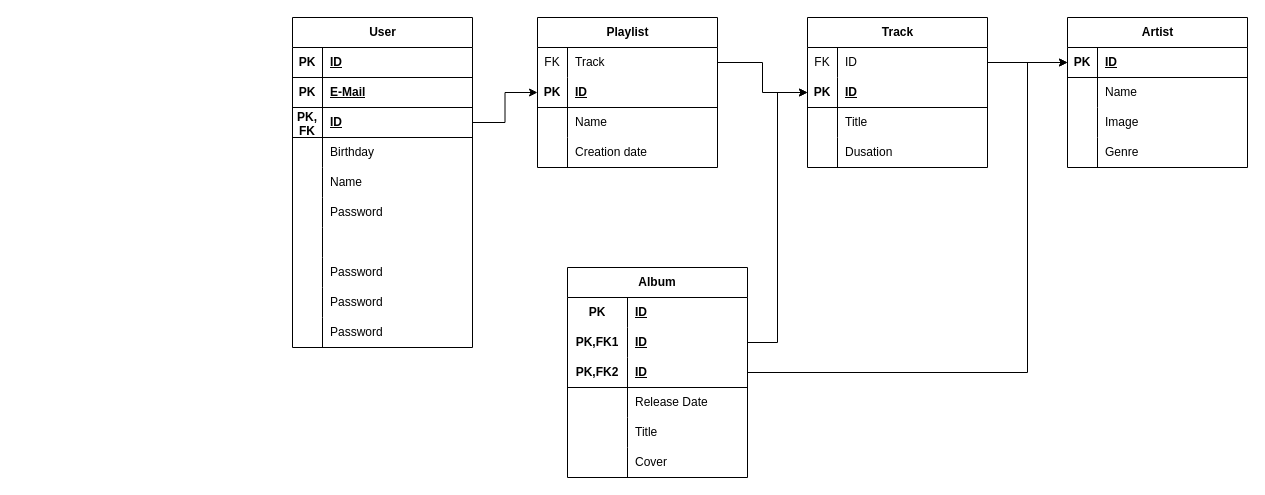
Before: RM_of_ER-Spotify.drawio in VinX-To-play/1DV503-Databases, a draw.io diagram. Source tidied: cells renumbered, new cells numbered last; positions are measured from the earlier drawing's top-left corner, leaving out a move shared by most shapes. Both pictures are drawn from the tidied source at 100%, with x=0, y=0 at pixel (292, 17).
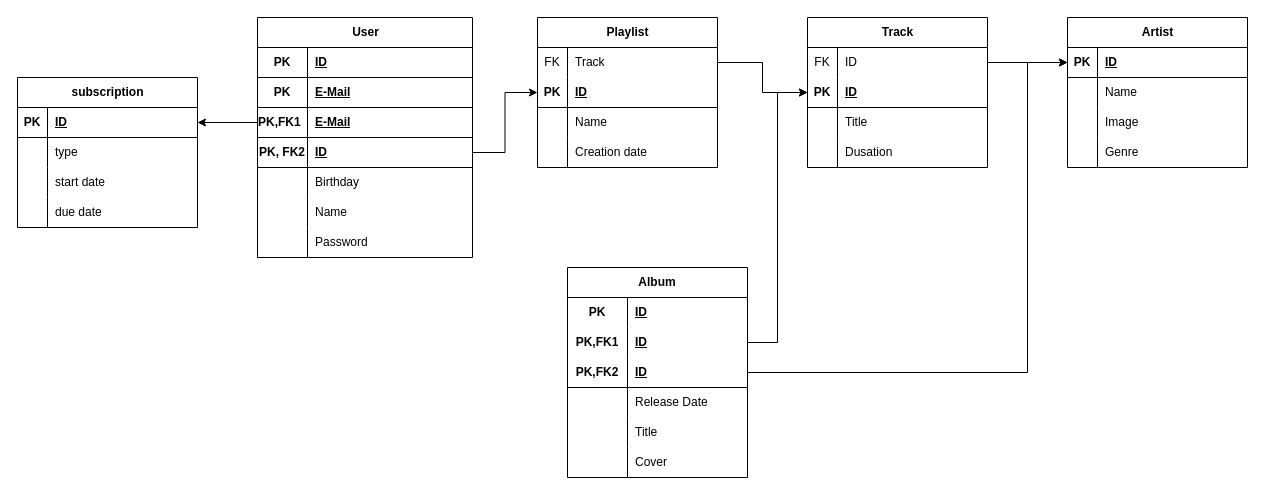
Above is the later version.

The edit, as a diff of the source:
```diff
@@
     <mxCell id="2" value="User" style="shape=table;startSize=30;childLayout=tableLayout;rowLines=0;fontStyle=1;align=center;html=1;" parent="1" vertex="1">
-      <mxGeometry width="180" height="330" as="geometry" />
+      <mxGeometry x="-35" width="215" height="240" as="geometry" />
     </mxCell>
     <mxCell id="3" style="shape=tableRow;horizontal=0;startSize=0;swimlaneHead=0;swimlaneBody=0;fillColor=none;top=0;left=0;right=0;bottom=1;" parent="2" vertex="1">
-      <mxGeometry y="30" width="180" height="30" as="geometry" />
+      <mxGeometry y="30" width="215" height="30" as="geometry" />
     </mxCell>
     <mxCell id="4" value="PK" style="shape=partialRectangle;fillColor=none;top=0;left=0;bottom=0;right=0;fontStyle=1;overflow=hidden;whiteSpace=wrap;html=1;" parent="3" vertex="1">
-      <mxGeometry width="30" height="30" as="geometry" />
+      <mxGeometry width="50" height="30" as="geometry" />
     </mxCell>
     <mxCell id="5" value="ID" style="shape=partialRectangle;fillColor=none;top=0;left=0;bottom=0;right=0;align=left;spacingLeft=6;fontStyle=5;overflow=hidden;whiteSpace=wrap;html=1;" parent="3" vertex="1">
-      <mxGeometry x="30" width="150" height="30" as="geometry" />
+      <mxGeometry x="50" width="165" height="30" as="geometry" />
     </mxCell>
     <mxCell id="6" style="shape=tableRow;horizontal=0;startSize=0;swimlaneHead=0;swimlaneBody=0;fillColor=none;top=0;left=0;right=0;bottom=1;" parent="2" vertex="1">
-      <mxGeometry y="60" width="180" height="30" as="geometry" />
+      <mxGeometry y="60" width="215" height="30" as="geometry" />
     </mxCell>
     <mxCell id="7" value="PK" style="shape=partialRectangle;fillColor=none;top=0;left=0;bottom=0;right=0;fontStyle=1;overflow=hidden;whiteSpace=wrap;html=1;" parent="6" vertex="1">
-      <mxGeometry width="30" height="30" as="geometry" />
+      <mxGeometry width="50" height="30" as="geometry" />
     </mxCell>
     <mxCell id="8" value="E-Mail" style="shape=partialRectangle;fillColor=none;top=0;left=0;bottom=0;right=0;align=left;spacingLeft=6;fontStyle=5;overflow=hidden;whiteSpace=wrap;html=1;" parent="6" vertex="1">
-      <mxGeometry x="30" width="150" height="30" as="geometry" />
+      <mxGeometry x="50" width="165" height="30" as="geometry" />
     </mxCell>
+    <mxCell id="96" style="shape=tableRow;horizontal=0;startSize=0;swimlaneHead=0;swimlaneBody=0;fillColor=none;points=[[0,0.5],[1,0.5]];portConstraint=eastwest;top=0;left=0;right=0;bottom=1;" parent="2" vertex="1">
+      <mxGeometry y="90" width="215" height="30" as="geometry" />
+    </mxCell>
+    <mxCell id="97" value="PK,FK1&lt;span style=&quot;white-space: pre;&quot;&gt;&#9;&lt;/span&gt;" style="shape=partialRectangle;fillColor=none;top=0;left=0;bottom=0;right=0;fontStyle=1;overflow=hidden;whiteSpace=wrap;html=1;" parent="96" vertex="1">
+      <mxGeometry width="50" height="30" as="geometry" />
+    </mxCell>
+    <mxCell id="98" value="E-Mail" style="shape=partialRectangle;fillColor=none;top=0;left=0;bottom=0;right=0;align=left;spacingLeft=6;fontStyle=5;overflow=hidden;whiteSpace=wrap;html=1;" parent="96" vertex="1">
+      <mxGeometry x="50" width="165" height="30" as="geometry" />
+    </mxCell>
     <mxCell id="9" style="shape=tableRow;horizontal=0;startSize=0;swimlaneHead=0;swimlaneBody=0;fillColor=none;points=[[0,0.5],[1,0.5]];portConstraint=eastwest;top=0;left=0;right=0;bottom=1;" parent="2" vertex="1">
-      <mxGeometry y="90" width="180" height="30" as="geometry" />
+      <mxGeometry y="120" width="215" height="30" as="geometry" />
     </mxCell>
-    <mxCell id="10" value="PK, FK" style="shape=partialRectangle;fillColor=none;top=0;left=0;bottom=0;right=0;fontStyle=1;overflow=hidden;whiteSpace=wrap;html=1;" parent="9" vertex="1">
-      <mxGeometry width="30" height="30" as="geometry" />
+    <mxCell id="10" value="PK, FK2" style="shape=partialRectangle;fillColor=none;top=0;left=0;bottom=0;right=0;fontStyle=1;overflow=hidden;whiteSpace=wrap;html=1;" parent="9" vertex="1">
+      <mxGeometry width="50" height="30" as="geometry" />
     </mxCell>
     <mxCell id="11" value="ID" style="shape=partialRectangle;fillColor=none;top=0;left=0;bottom=0;right=0;align=left;spacingLeft=6;fontStyle=5;overflow=hidden;whiteSpace=wrap;html=1;" parent="9" vertex="1">
-      <mxGeometry x="30" width="150" height="30" as="geometry" />
+      <mxGeometry x="50" width="165" height="30" as="geometry" />
     </mxCell>
     <mxCell id="12" style="shape=tableRow;horizontal=0;startSize=0;swimlaneHead=0;swimlaneBody=0;fillColor=none;top=0;left=0;right=0;bottom=0;" parent="2" vertex="1">
-      <mxGeometry y="120" width="180" height="30" as="geometry" />
+      <mxGeometry y="150" width="215" height="30" as="geometry" />
     </mxCell>
     <mxCell id="13" style="shape=partialRectangle;fillColor=none;top=0;left=0;bottom=0;right=0;overflow=hidden;whiteSpace=wrap;html=1;" parent="12" vertex="1">
-      <mxGeometry width="30" height="30" as="geometry" />
+      <mxGeometry width="50" height="30" as="geometry" />
     </mxCell>
     <mxCell id="14" value="Birthday" style="shape=partialRectangle;fillColor=none;top=0;left=0;bottom=0;right=0;align=left;spacingLeft=6;overflow=hidden;whiteSpace=wrap;html=1;" parent="12" vertex="1">
-      <mxGeometry x="30" width="150" height="30" as="geometry" />
+      <mxGeometry x="50" width="165" height="30" as="geometry" />
     </mxCell>
     <mxCell id="15" style="shape=tableRow;horizontal=0;startSize=0;swimlaneHead=0;swimlaneBody=0;fillColor=none;top=0;left=0;right=0;bottom=0;" parent="2" vertex="1">
-      <mxGeometry y="150" width="180" height="30" as="geometry" />
+      <mxGeometry y="180" width="215" height="30" as="geometry" />
     </mxCell>
     <mxCell id="16" value="&lt;span style=&quot;white-space: pre;&quot;&gt;&#9;&lt;/span&gt;" style="shape=partialRectangle;fillColor=none;top=0;left=0;bottom=0;right=0;overflow=hidden;whiteSpace=wrap;html=1;" parent="15" vertex="1">
-      <mxGeometry width="30" height="30" as="geometry" />
+      <mxGeometry width="50" height="30" as="geometry" />
     </mxCell>
     <mxCell id="17" value="Name" style="shape=partialRectangle;fillColor=none;top=0;left=0;bottom=0;right=0;align=left;spacingLeft=6;overflow=hidden;whiteSpace=wrap;html=1;" parent="15" vertex="1">
-      <mxGeometry x="30" width="150" height="30" as="geometry" />
+      <mxGeometry x="50" width="165" height="30" as="geometry" />
     </mxCell>
     <mxCell id="18" style="shape=tableRow;horizontal=0;startSize=0;swimlaneHead=0;swimlaneBody=0;fillColor=none;top=0;left=0;right=0;bottom=0;" parent="2" vertex="1">
-      <mxGeometry y="180" width="180" height="30" as="geometry" />
+      <mxGeometry y="210" width="215" height="30" as="geometry" />
     </mxCell>
     <mxCell id="19" style="shape=partialRectangle;fillColor=none;top=0;left=0;bottom=0;right=0;overflow=hidden;whiteSpace=wrap;html=1;" parent="18" vertex="1">
-      <mxGeometry width="30" height="30" as="geometry" />
+      <mxGeometry width="50" height="30" as="geometry" />
     </mxCell>
     <mxCell id="20" value="Password&lt;span style=&quot;white-space: pre;&quot;&gt;&#9;&lt;/span&gt;" style="shape=partialRectangle;fillColor=none;top=0;left=0;bottom=0;right=0;align=left;spacingLeft=6;overflow=hidden;whiteSpace=wrap;html=1;" parent="18" vertex="1">
-      <mxGeometry x="30" width="150" height="30" as="geometry" />
+      <mxGeometry x="50" width="165" height="30" as="geometry" />
     </mxCell>
-    <mxCell id="21" style="shape=tableRow;horizontal=0;startSize=0;swimlaneHead=0;swimlaneBody=0;fillColor=none;top=0;left=0;right=0;bottom=0;" parent="2" vertex="1">
-      <mxGeometry y="210" width="180" height="30" as="geometry" />
-    </mxCell>
-    <mxCell id="22" style="shape=partialRectangle;fillColor=none;top=0;left=0;bottom=0;right=0;overflow=hidden;whiteSpace=wrap;html=1;" parent="21" vertex="1">
-      <mxGeometry width="30" height="30" as="geometry" />
-    </mxCell>
-    <mxCell id="23" style="shape=partialRectangle;fillColor=none;top=0;left=0;bottom=0;right=0;align=left;spacingLeft=6;overflow=hidden;whiteSpace=wrap;html=1;" parent="21" vertex="1">
-      <mxGeometry x="30" width="150" height="30" as="geometry" />
-    </mxCell>
-    <mxCell id="24" style="shape=tableRow;horizontal=0;startSize=0;swimlaneHead=0;swimlaneBody=0;fillColor=none;top=0;left=0;right=0;bottom=0;" parent="2" vertex="1">
-      <mxGeometry y="240" width="180" height="30" as="geometry" />
-    </mxCell>
-    <mxCell id="25" style="shape=partialRectangle;fillColor=none;top=0;left=0;bottom=0;right=0;overflow=hidden;whiteSpace=wrap;html=1;" parent="24" vertex="1">
-      <mxGeometry width="30" height="30" as="geometry" />
-    </mxCell>
-    <mxCell id="26" value="Password&lt;span style=&quot;white-space: pre;&quot;&gt;&#9;&lt;/span&gt;" style="shape=partialRectangle;fillColor=none;top=0;left=0;bottom=0;right=0;align=left;spacingLeft=6;overflow=hidden;whiteSpace=wrap;html=1;" parent="24" vertex="1">
-      <mxGeometry x="30" width="150" height="30" as="geometry" />
-    </mxCell>
-    <mxCell id="27" style="shape=tableRow;horizontal=0;startSize=0;swimlaneHead=0;swimlaneBody=0;fillColor=none;top=0;left=0;right=0;bottom=0;" parent="2" vertex="1">
-      <mxGeometry y="270" width="180" height="30" as="geometry" />
-    </mxCell>
-    <mxCell id="28" style="shape=partialRectangle;fillColor=none;top=0;left=0;bottom=0;right=0;overflow=hidden;whiteSpace=wrap;html=1;" parent="27" vertex="1">
-      <mxGeometry width="30" height="30" as="geometry" />
-    </mxCell>
-    <mxCell id="29" value="Password&lt;span style=&quot;white-space: pre;&quot;&gt;&#9;&lt;/span&gt;" style="shape=partialRectangle;fillColor=none;top=0;left=0;bottom=0;right=0;align=left;spacingLeft=6;overflow=hidden;whiteSpace=wrap;html=1;" parent="27" vertex="1">
-      <mxGeometry x="30" width="150" height="30" as="geometry" />
-    </mxCell>
-    <mxCell id="30" style="shape=tableRow;horizontal=0;startSize=0;swimlaneHead=0;swimlaneBody=0;fillColor=none;top=0;left=0;right=0;bottom=0;" parent="2" vertex="1">
-      <mxGeometry y="300" width="180" height="30" as="geometry" />
-    </mxCell>
-    <mxCell id="31" style="shape=partialRectangle;fillColor=none;top=0;left=0;bottom=0;right=0;overflow=hidden;whiteSpace=wrap;html=1;" parent="30" vertex="1">
-      <mxGeometry width="30" height="30" as="geometry" />
-    </mxCell>
-    <mxCell id="32" value="Password&lt;span style=&quot;white-space: pre;&quot;&gt;&#9;&lt;/span&gt;" style="shape=partialRectangle;fillColor=none;top=0;left=0;bottom=0;right=0;align=left;spacingLeft=6;overflow=hidden;whiteSpace=wrap;html=1;" parent="30" vertex="1">
-      <mxGeometry x="30" width="150" height="30" as="geometry" />
-    </mxCell>
@@
+    <mxCell id="99" value="subscription" style="shape=table;startSize=30;childLayout=tableLayout;rowLines=0;fontStyle=1;align=center;html=1;" parent="1" vertex="1">
+      <mxGeometry x="-275" y="60" width="180" height="150" as="geometry" />
+    </mxCell>
+    <mxCell id="100" style="shape=tableRow;horizontal=0;startSize=0;swimlaneHead=0;swimlaneBody=0;fillColor=none;points=[[0,0.5],[1,0.5]];portConstraint=eastwest;top=0;left=0;right=0;bottom=1;" parent="99" vertex="1">
+      <mxGeometry y="30" width="180" height="30" as="geometry" />
+    </mxCell>
+    <mxCell id="101" value="PK" style="shape=partialRectangle;fillColor=none;top=0;left=0;bottom=0;right=0;fontStyle=1;overflow=hidden;whiteSpace=wrap;html=1;" parent="100" vertex="1">
+      <mxGeometry width="30" height="30" as="geometry" />
+    </mxCell>
+    <mxCell id="102" value="ID" style="shape=partialRectangle;fillColor=none;top=0;left=0;bottom=0;right=0;align=left;spacingLeft=6;fontStyle=5;overflow=hidden;whiteSpace=wrap;html=1;" parent="100" vertex="1">
+      <mxGeometry x="30" width="150" height="30" as="geometry" />
+    </mxCell>
+    <mxCell id="103" style="shape=tableRow;horizontal=0;startSize=0;swimlaneHead=0;swimlaneBody=0;fillColor=none;top=0;left=0;right=0;bottom=0;" parent="99" vertex="1">
+      <mxGeometry y="60" width="180" height="30" as="geometry" />
+    </mxCell>
+    <mxCell id="104" style="shape=partialRectangle;fillColor=none;top=0;left=0;bottom=0;right=0;overflow=hidden;whiteSpace=wrap;html=1;" parent="103" vertex="1">
+      <mxGeometry width="30" height="30" as="geometry" />
+    </mxCell>
+    <mxCell id="105" value="type" style="shape=partialRectangle;fillColor=none;top=0;left=0;bottom=0;right=0;align=left;spacingLeft=6;overflow=hidden;whiteSpace=wrap;html=1;" parent="103" vertex="1">
+      <mxGeometry x="30" width="150" height="30" as="geometry" />
+    </mxCell>
+    <mxCell id="106" style="shape=tableRow;horizontal=0;startSize=0;swimlaneHead=0;swimlaneBody=0;fillColor=none;top=0;left=0;right=0;bottom=0;" parent="99" vertex="1">
+      <mxGeometry y="90" width="180" height="30" as="geometry" />
+    </mxCell>
+    <mxCell id="107" style="shape=partialRectangle;fillColor=none;top=0;left=0;bottom=0;right=0;overflow=hidden;whiteSpace=wrap;html=1;" parent="106" vertex="1">
+      <mxGeometry width="30" height="30" as="geometry" />
+    </mxCell>
+    <mxCell id="108" value="start date" style="shape=partialRectangle;fillColor=none;top=0;left=0;bottom=0;right=0;align=left;spacingLeft=6;overflow=hidden;whiteSpace=wrap;html=1;" parent="106" vertex="1">
+      <mxGeometry x="30" width="150" height="30" as="geometry" />
+    </mxCell>
+    <mxCell id="109" style="shape=tableRow;horizontal=0;startSize=0;swimlaneHead=0;swimlaneBody=0;fillColor=none;top=0;left=0;right=0;bottom=0;" parent="99" vertex="1">
+      <mxGeometry y="120" width="180" height="30" as="geometry" />
+    </mxCell>
+    <mxCell id="110" style="shape=partialRectangle;fillColor=none;top=0;left=0;bottom=0;right=0;overflow=hidden;whiteSpace=wrap;html=1;" parent="109" vertex="1">
+      <mxGeometry width="30" height="30" as="geometry" />
+    </mxCell>
+    <mxCell id="111" value="due date" style="shape=partialRectangle;fillColor=none;top=0;left=0;bottom=0;right=0;align=left;spacingLeft=6;overflow=hidden;whiteSpace=wrap;html=1;" parent="109" vertex="1">
+      <mxGeometry x="30" width="150" height="30" as="geometry" />
+    </mxCell>
+    <mxCell id="112" style="edgeStyle=orthogonalEdgeStyle;rounded=0;jettySize=auto;html=1;exitX=0;exitY=0.5;exitDx=0;exitDy=0;entryX=1;entryY=0.5;entryDx=0;entryDy=0;" parent="1" edge="1" source="96" target="100">
+      <mxGeometry relative="1" as="geometry" />
+    </mxCell>
```
